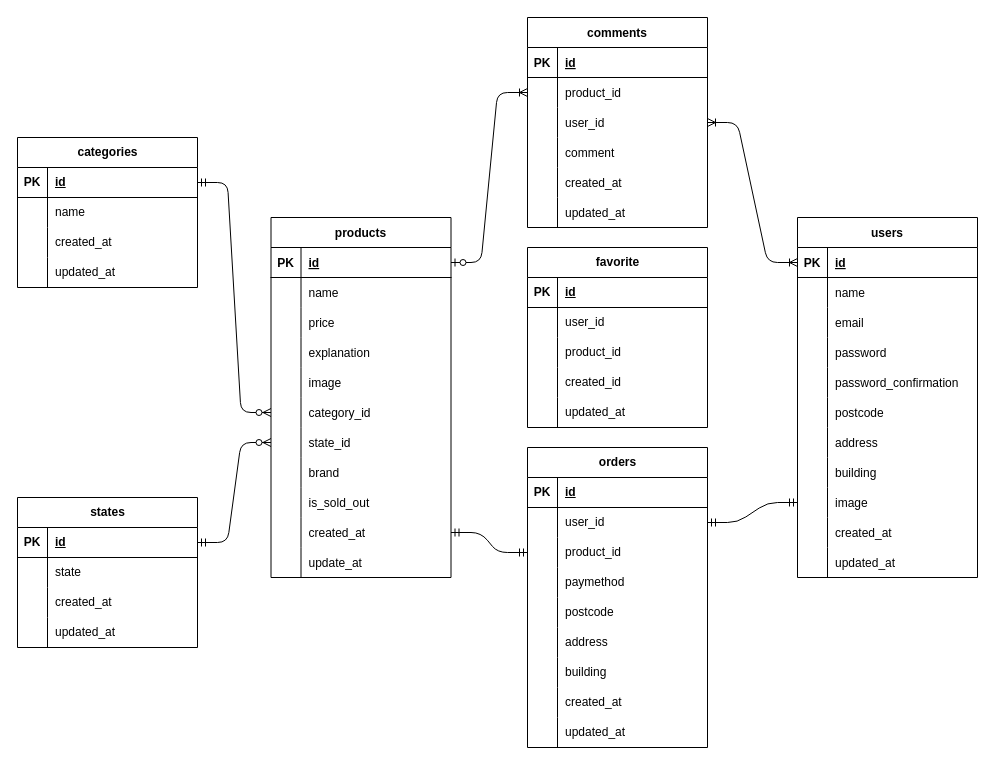
Before: src/.dio in ykaho929/Test-Fleamarket, a draw.io diagram. Source tidied: cells renumbered, new cells numbered last; positions are measured from the earlier drawing's top-left corner, leaving out a move shared by most shapes. Both pictures are drawn from the tidied source at 100%, with x=0, y=0 at pixel (17, 17).
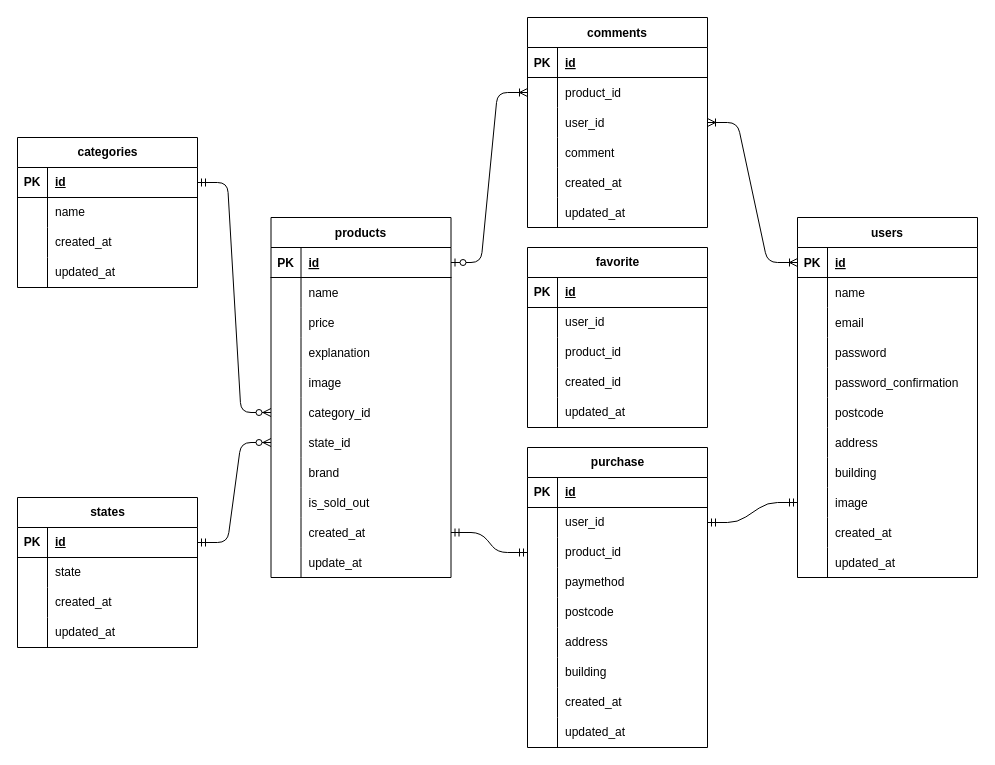
After the change.

What changed in the source:
```diff
@@
-    <mxCell id="115" value="orders" style="shape=table;startSize=30;childLayout=tableLayout;rowLines=0;fontStyle=1;align=center;html=1;" parent="1" vertex="1">
+    <mxCell id="115" value="purchase" style="shape=table;startSize=30;childLayout=tableLayout;rowLines=0;fontStyle=1;align=center;html=1;" parent="1" vertex="1">
       <mxGeometry x="510" y="430" width="180" height="300" as="geometry" />
     </mxCell>
```
